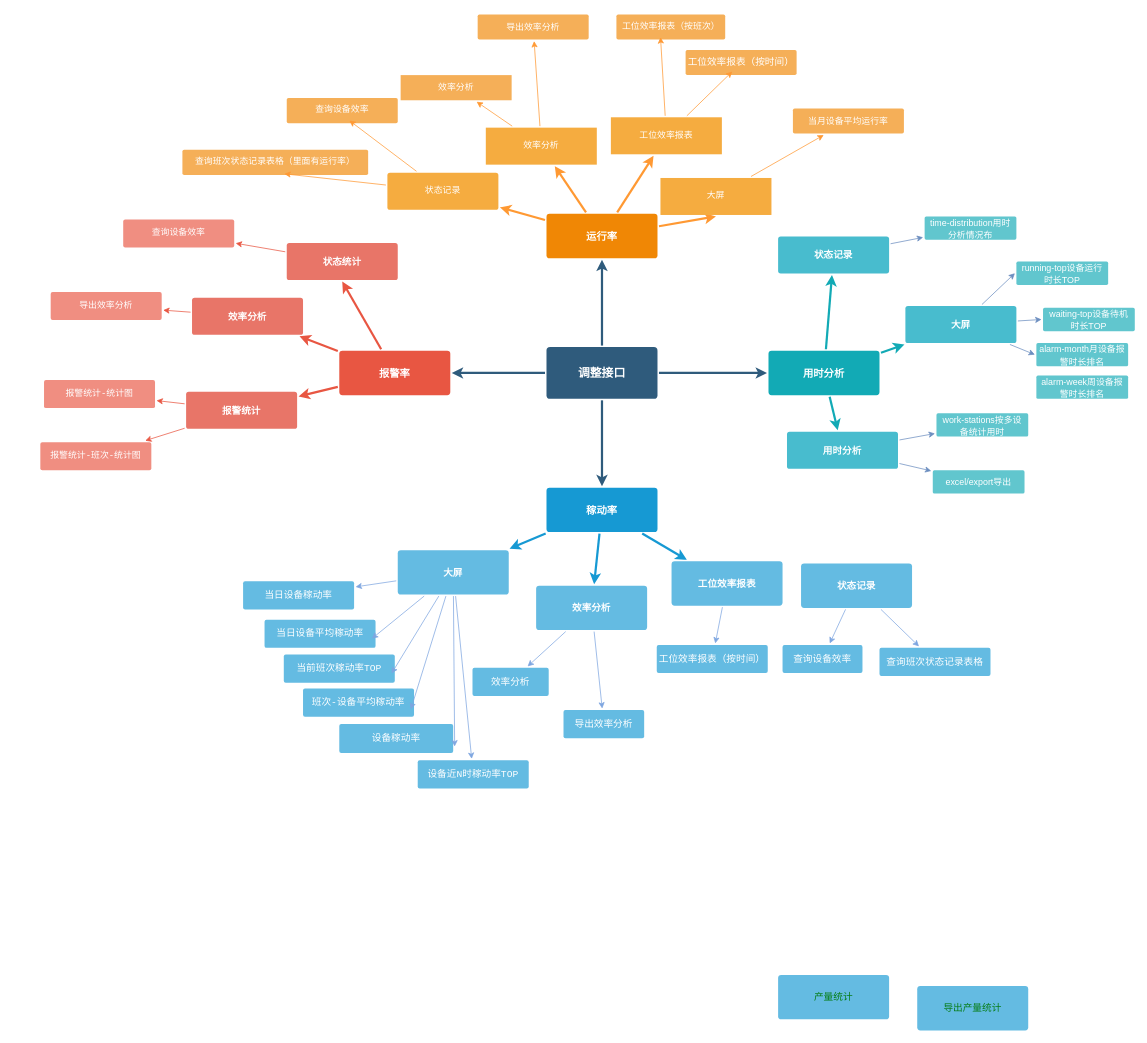
liangleiA/MyRepository keeps this draw.io diagram as 未命名绘图.drawio. Above is the earlier version. Source tidied: cells renumbered, new cells numbered last; positions are measured from the earlier drawing's top-left corner, leaving out a move shared by most shapes. Both pictures are drawn from the tidied source at 74%, with x=0, y=0 at pixel (40, 14).
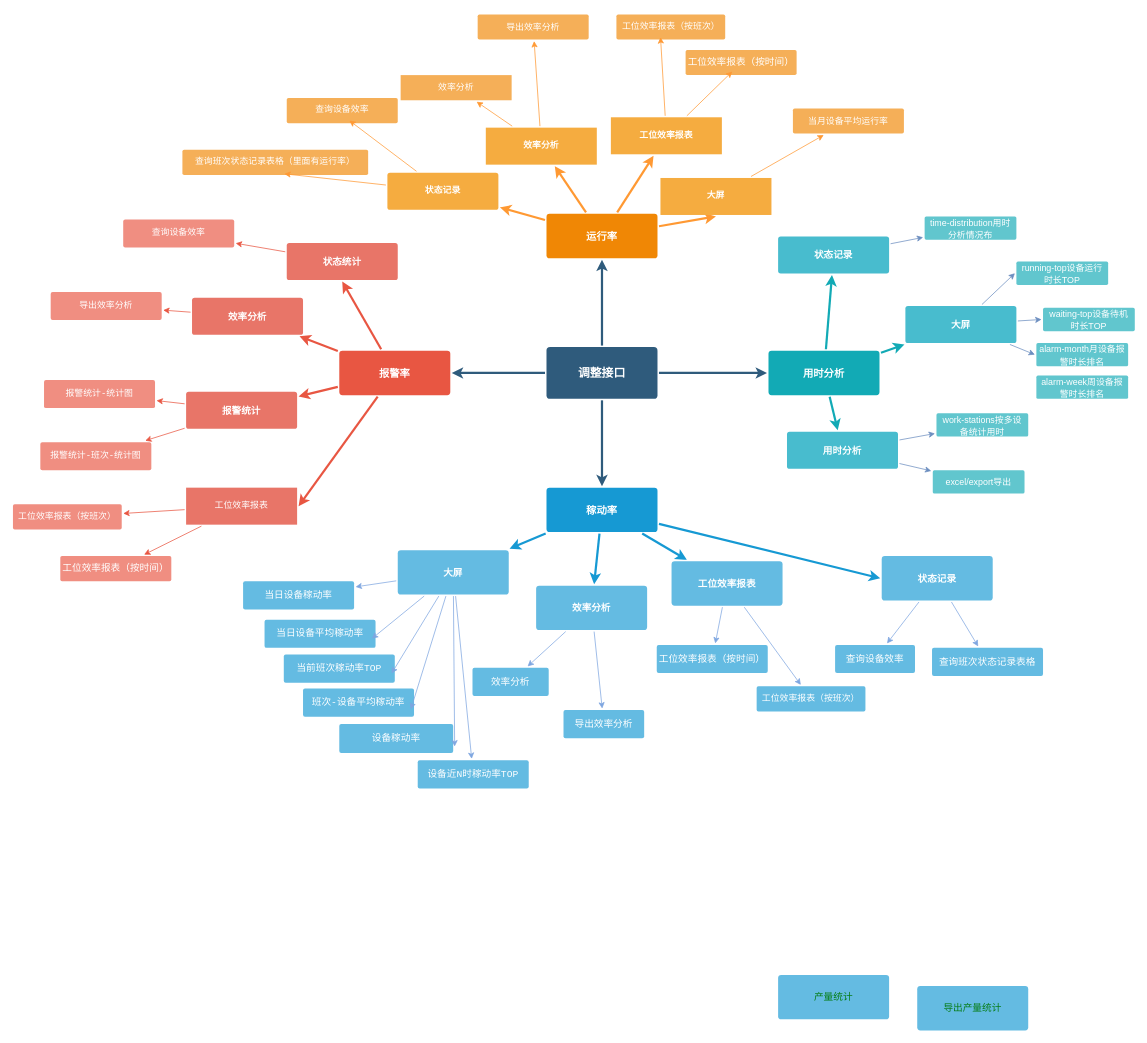
The same page after the edit.

Commit message (it also covers changes not shown here):
更新未命名绘图.drawio

Unchanged cells that the change refers to:
```xml
<mxCell id="10" value="报警率" style="rounded=1;whiteSpace=wrap;html=1;shadow=0;labelBackgroundColor=none;strokeColor=none;strokeWidth=3;fillColor=#e85642;fontFamily=Helvetica;fontSize=14;fontColor=#FFFFFF;align=center;spacing=5;fontStyle=1;arcSize=7;perimeterSpacing=2;" parent="1" vertex="1">
  <mxGeometry x="404" y="454.5" width="150" height="60" as="geometry" />
</mxCell>
<mxCell id="17" value="稼动率" style="rounded=1;whiteSpace=wrap;html=1;shadow=0;labelBackgroundColor=none;strokeColor=none;strokeWidth=3;fillColor=#1699d3;fontFamily=Helvetica;fontSize=14;fontColor=#FFFFFF;align=center;spacing=5;fontStyle=1;arcSize=7;perimeterSpacing=2;" parent="1" vertex="1">
  <mxGeometry x="684" y="639.5" width="150" height="60" as="geometry" />
</mxCell>
<mxCell id="19" value="工位效率报表" style="rounded=1;whiteSpace=wrap;html=1;shadow=0;labelBackgroundColor=none;strokeColor=none;strokeWidth=3;fillColor=#64bbe2;fontFamily=Helvetica;fontSize=13;fontColor=#FFFFFF;align=center;spacing=5;arcSize=7;perimeterSpacing=2;fontStyle=1;" parent="1" vertex="1">
  <mxGeometry x="853" y="739" width="150" height="60" as="geometry" />
</mxCell>
```

Diff of the diagram source:
```diff
@@
+    <mxCell id="98" style="edgeStyle=none;rounded=0;jettySize=auto;html=1;entryX=1;entryY=0.5;entryDx=0;entryDy=0;strokeColor=#E85642;strokeWidth=3;fontSize=13;fontColor=#FF9933;" parent="1" edge="1" source="10" target="103">
+      <mxGeometry relative="1" as="geometry" />
+    </mxCell>
@@
+    <mxCell id="99" style="edgeStyle=none;rounded=0;jettySize=auto;html=1;entryX=0;entryY=0.5;entryDx=0;entryDy=0;strokeColor=#1699D3;strokeWidth=3;fontSize=13;fontColor=#FF9933;" parent="1" edge="1" source="17" target="78">
+      <mxGeometry relative="1" as="geometry" />
+    </mxCell>
@@
+    <mxCell id="100" style="edgeStyle=none;rounded=0;jettySize=auto;html=1;strokeColor=#7EA6E0;strokeWidth=1;fontSize=13;fontColor=#FF9933;" parent="1" edge="1" source="19" target="106">
+      <mxGeometry relative="1" as="geometry" />
+    </mxCell>
@@
     <mxCell id="57" value="&lt;pre style=&quot;font-family: 宋体, monospace; font-size: 9.8pt;&quot;&gt;&lt;pre style=&quot;font-family: 宋体, monospace; font-size: 9.8pt;&quot;&gt;&lt;span style=&quot;&quot;&gt;查询班次状态记录表格&lt;/span&gt;&lt;/pre&gt;&lt;/pre&gt;" style="rounded=1;whiteSpace=wrap;html=1;shadow=0;labelBackgroundColor=none;strokeColor=none;strokeWidth=3;fillColor=#64bbe2;fontFamily=Helvetica;fontSize=14;fontColor=#FFFFFF;align=center;spacing=5;arcSize=7;perimeterSpacing=2;" parent="1" vertex="1">
-      <mxGeometry x="1134" y="856" width="150" height="38" as="geometry" />
+      <mxGeometry x="1205" y="856" width="150" height="38" as="geometry" />
     </mxCell>
     <mxCell id="58" value="&lt;pre style=&quot;font-family: 宋体, monospace; font-size: 9.8pt;&quot;&gt;&lt;pre style=&quot;font-family: 宋体, monospace; font-size: 9.8pt;&quot;&gt;&lt;span style=&quot;&quot;&gt;查询设备效率&lt;/span&gt;&lt;/pre&gt;&lt;/pre&gt;" style="rounded=1;whiteSpace=wrap;html=1;shadow=0;labelBackgroundColor=none;strokeColor=none;strokeWidth=3;fillColor=#64bbe2;fontFamily=Helvetica;fontSize=14;fontColor=#FFFFFF;align=center;spacing=5;arcSize=7;perimeterSpacing=2;" parent="1" vertex="1">
-      <mxGeometry x="1003" y="852" width="108" height="38" as="geometry" />
+      <mxGeometry x="1074" y="852" width="108" height="38" as="geometry" />
     </mxCell>
@@
     <mxCell id="78" value="状态记录" style="rounded=1;whiteSpace=wrap;html=1;shadow=0;labelBackgroundColor=none;strokeColor=none;strokeWidth=3;fillColor=#64bbe2;fontFamily=Helvetica;fontSize=13;fontColor=#FFFFFF;align=center;spacing=5;arcSize=7;perimeterSpacing=2;fontStyle=1;" parent="1" vertex="1">
-      <mxGeometry x="1028" y="742" width="150" height="60" as="geometry" />
+      <mxGeometry x="1137" y="732" width="150" height="60" as="geometry" />
     </mxCell>
@@
-    <mxCell id="82" value="&lt;pre style=&quot;font-family: &amp;quot;JetBrains Mono&amp;quot;, monospace; font-size: 12px;&quot;&gt;状态记录&lt;/pre&gt;" style="rounded=1;whiteSpace=wrap;html=1;shadow=0;labelBackgroundColor=none;strokeColor=none;strokeWidth=3;fillColor=#F5AC40;fontFamily=Helvetica;fontSize=12;fontColor=#FFFFFF;align=center;spacing=5;arcSize=7;perimeterSpacing=2;labelBorderColor=none;" parent="1" vertex="1">
+    <mxCell id="82" value="&lt;pre style=&quot;font-family: &amp;quot;JetBrains Mono&amp;quot;, monospace; font-size: 12px;&quot;&gt;状态记录&lt;/pre&gt;" style="rounded=1;whiteSpace=wrap;html=1;shadow=0;labelBackgroundColor=none;strokeColor=none;strokeWidth=3;fillColor=#F5AC40;fontFamily=Helvetica;fontSize=12;fontColor=#FFFFFF;align=center;spacing=5;arcSize=7;perimeterSpacing=2;labelBorderColor=none;fontStyle=1;" parent="1" vertex="1">
       <mxGeometry x="469" y="214" width="150" height="50" as="geometry" />
     </mxCell>
@@
-    <mxCell id="85" value="&lt;pre style=&quot;font-family: &amp;quot;JetBrains Mono&amp;quot;, monospace; font-size: 12px;&quot;&gt;&lt;pre style=&quot;font-family: &amp;quot;JetBrains Mono&amp;quot;, monospace; font-size: 12px;&quot;&gt;&lt;span style=&quot;font-size: 12px;&quot;&gt;效率分析&lt;/span&gt;&lt;/pre&gt;&lt;/pre&gt;" style="rounded=1;whiteSpace=wrap;html=1;shadow=0;labelBackgroundColor=none;strokeColor=none;strokeWidth=3;fillColor=#F5AC40;fontFamily=Helvetica;fontSize=12;fontColor=#FFFFFF;align=center;spacing=5;arcSize=0;perimeterSpacing=2;labelBorderColor=none;" parent="1" vertex="1">
+    <mxCell id="85" value="&lt;pre style=&quot;font-family: &amp;quot;JetBrains Mono&amp;quot;, monospace; font-size: 12px;&quot;&gt;&lt;pre style=&quot;font-family: &amp;quot;JetBrains Mono&amp;quot;, monospace; font-size: 12px;&quot;&gt;&lt;span style=&quot;font-size: 12px;&quot;&gt;效率分析&lt;/span&gt;&lt;/pre&gt;&lt;/pre&gt;" style="rounded=1;whiteSpace=wrap;html=1;shadow=0;labelBackgroundColor=none;strokeColor=none;strokeWidth=3;fillColor=#F5AC40;fontFamily=Helvetica;fontSize=12;fontColor=#FFFFFF;align=center;spacing=5;arcSize=0;perimeterSpacing=2;labelBorderColor=none;fontStyle=1;" parent="1" vertex="1">
       <mxGeometry x="602" y="153" width="150" height="50" as="geometry" />
     </mxCell>
@@
-    <mxCell id="88" value="&lt;pre style=&quot;font-family: &amp;quot;JetBrains Mono&amp;quot;, monospace; font-size: 12px;&quot;&gt;&lt;pre style=&quot;font-family: &amp;quot;JetBrains Mono&amp;quot;, monospace; font-size: 12px;&quot;&gt;&lt;span style=&quot;font-size: 12px;&quot;&gt;工位效率报表&lt;/span&gt;&lt;/pre&gt;&lt;/pre&gt;" style="rounded=1;whiteSpace=wrap;html=1;shadow=0;labelBackgroundColor=none;strokeColor=none;strokeWidth=3;fillColor=#F5AC40;fontFamily=Helvetica;fontSize=12;fontColor=#FFFFFF;align=center;spacing=5;arcSize=0;perimeterSpacing=2;labelBorderColor=none;" parent="1" vertex="1">
+    <mxCell id="88" value="&lt;pre style=&quot;font-family: &amp;quot;JetBrains Mono&amp;quot;, monospace; font-size: 12px;&quot;&gt;&lt;pre style=&quot;font-family: &amp;quot;JetBrains Mono&amp;quot;, monospace; font-size: 12px;&quot;&gt;&lt;span style=&quot;font-size: 12px;&quot;&gt;工位效率报表&lt;/span&gt;&lt;/pre&gt;&lt;/pre&gt;" style="rounded=1;whiteSpace=wrap;html=1;shadow=0;labelBackgroundColor=none;strokeColor=none;strokeWidth=3;fillColor=#F5AC40;fontFamily=Helvetica;fontSize=12;fontColor=#FFFFFF;align=center;spacing=5;arcSize=0;perimeterSpacing=2;labelBorderColor=none;fontStyle=1;" parent="1" vertex="1">
       <mxGeometry x="771" y="139" width="150" height="50" as="geometry" />
     </mxCell>
@@
-    <mxCell id="90" value="&lt;pre style=&quot;font-family: &amp;quot;JetBrains Mono&amp;quot;, monospace; font-size: 12px;&quot;&gt;&lt;pre style=&quot;font-family: &amp;quot;JetBrains Mono&amp;quot;, monospace; font-size: 12px;&quot;&gt;&lt;span style=&quot;font-size: 12px;&quot;&gt;大屏&lt;/span&gt;&lt;/pre&gt;&lt;/pre&gt;" style="rounded=1;whiteSpace=wrap;html=1;shadow=0;labelBackgroundColor=none;strokeColor=none;strokeWidth=3;fillColor=#F5AC40;fontFamily=Helvetica;fontSize=12;fontColor=#FFFFFF;align=center;spacing=5;arcSize=0;perimeterSpacing=2;labelBorderColor=none;" parent="1" vertex="1">
+    <mxCell id="90" value="&lt;pre style=&quot;font-family: &amp;quot;JetBrains Mono&amp;quot;, monospace; font-size: 12px;&quot;&gt;&lt;pre style=&quot;font-family: &amp;quot;JetBrains Mono&amp;quot;, monospace; font-size: 12px;&quot;&gt;&lt;span style=&quot;font-size: 12px;&quot;&gt;大屏&lt;/span&gt;&lt;/pre&gt;&lt;/pre&gt;" style="rounded=1;whiteSpace=wrap;html=1;shadow=0;labelBackgroundColor=none;strokeColor=none;strokeWidth=3;fillColor=#F5AC40;fontFamily=Helvetica;fontSize=12;fontColor=#FFFFFF;align=center;spacing=5;arcSize=0;perimeterSpacing=2;labelBorderColor=none;fontStyle=1;" parent="1" vertex="1">
       <mxGeometry x="838" y="221" width="150" height="50" as="geometry" />
     </mxCell>
@@
+    <mxCell id="101" style="edgeStyle=none;rounded=0;jettySize=auto;html=1;strokeColor=#E85642;strokeWidth=1;fontSize=13;fontColor=#FF9933;" parent="1" edge="1" source="103" target="105">
+      <mxGeometry relative="1" as="geometry" />
+    </mxCell>
+    <mxCell id="102" style="edgeStyle=none;rounded=0;jettySize=auto;html=1;strokeColor=#E85642;strokeWidth=1;fontSize=13;fontColor=#FF9933;" parent="1" edge="1" source="103" target="104">
+      <mxGeometry relative="1" as="geometry" />
+    </mxCell>
+    <mxCell id="103" value="&lt;pre style=&quot;font-family: &amp;quot;JetBrains Mono&amp;quot;, monospace; font-size: 12px;&quot;&gt;&lt;pre style=&quot;font-family: &amp;quot;JetBrains Mono&amp;quot;, monospace; font-size: 12px;&quot;&gt;&lt;span style=&quot;font-size: 12px;&quot;&gt;工位效率报表&lt;/span&gt;&lt;/pre&gt;&lt;/pre&gt;" style="rounded=1;whiteSpace=wrap;html=1;shadow=0;labelBackgroundColor=none;strokeColor=none;strokeWidth=3;fillColor=#E87568;fontFamily=Helvetica;fontSize=12;fontColor=#FFFFFF;align=center;spacing=5;arcSize=0;perimeterSpacing=2;labelBorderColor=none;" parent="1" vertex="1">
+      <mxGeometry x="197" y="639.5" width="150" height="50" as="geometry" />
+    </mxCell>
+    <mxCell id="104" value="&lt;pre style=&quot;font-size: 9.8pt; font-family: 宋体, monospace;&quot;&gt;工位效率报表（按时间）&lt;/pre&gt;" style="rounded=1;whiteSpace=wrap;html=1;shadow=0;labelBackgroundColor=none;strokeColor=none;strokeWidth=3;fillColor=#F08E81;fontFamily=Helvetica;fontSize=12;fontColor=#FFFFFF;align=center;spacing=5;arcSize=7;perimeterSpacing=2;labelBorderColor=none;" parent="1" vertex="1">
+      <mxGeometry x="27" y="732" width="150" height="34" as="geometry" />
+    </mxCell>
+    <mxCell id="105" value="&lt;pre style=&quot;font-family: 宋体, monospace; font-size: 12px;&quot;&gt;&lt;span style=&quot;font-size: 12px;&quot;&gt;工位效率报表（按班次）&lt;/span&gt;&lt;/pre&gt;" style="rounded=1;whiteSpace=wrap;html=1;shadow=0;labelBackgroundColor=none;strokeColor=none;strokeWidth=3;fillColor=#F08E81;fontFamily=Helvetica;fontSize=12;fontColor=#FFFFFF;align=center;spacing=5;arcSize=7;perimeterSpacing=2;labelBorderColor=none;" parent="1" vertex="1">
+      <mxGeometry x="-37" y="662" width="147" height="34" as="geometry" />
+    </mxCell>
+    <mxCell id="106" value="&lt;pre style=&quot;font-family: 宋体, monospace; font-size: 12px;&quot;&gt;&lt;span style=&quot;font-size: 12px;&quot;&gt;工位效率报表（按班次）&lt;/span&gt;&lt;/pre&gt;" style="rounded=1;whiteSpace=wrap;html=1;shadow=0;labelBackgroundColor=none;strokeColor=none;strokeWidth=3;fillColor=#64BBE2;fontFamily=Helvetica;fontSize=12;fontColor=#FFFFFF;align=center;spacing=5;arcSize=7;perimeterSpacing=2;labelBorderColor=none;" parent="1" vertex="1">
+      <mxGeometry x="968" y="908" width="147" height="34" as="geometry" />
+    </mxCell>
```
